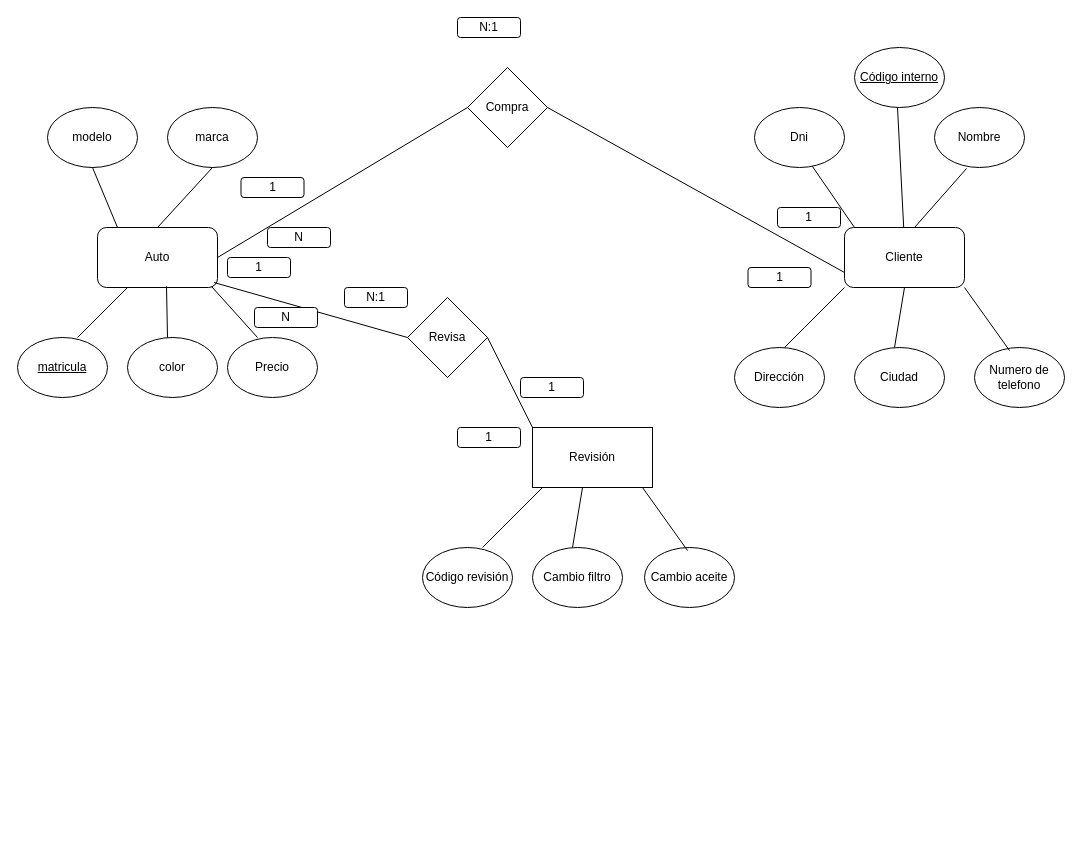
Above: Diagrama sin título.drawio in kevinld93/Diagramas (draw.io), before the change. Source tidied: cells renumbered, new cells numbered last; positions are measured from the earlier drawing's top-left corner, leaving out a move shared by most shapes. Both pictures are drawn from the tidied source at 100%, with x=0, y=0 at pixel (17, 17).
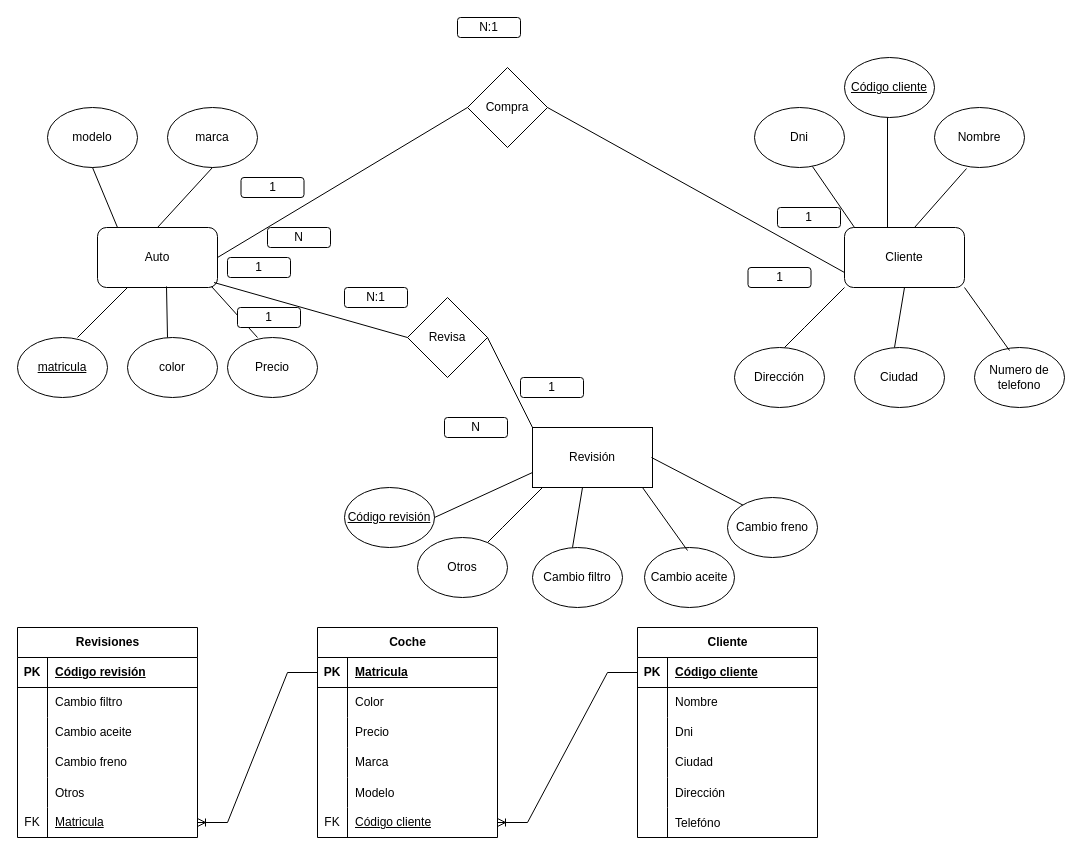
The same diagram, later.

Unchanged cells that the change refers to:
```xml
<mxCell id="24" value="Revisión" style="rounded=0;whiteSpace=wrap;html=1;" parent="1" vertex="1">
  <mxGeometry x="515" y="410" width="120" height="60" as="geometry" />
</mxCell>
```

What changed in the source:
```diff
@@
-    <mxCell id="25" value="Código revisión" style="ellipse;whiteSpace=wrap;html=1;" parent="1" vertex="1">
-      <mxGeometry x="405" y="530" width="90" height="60" as="geometry" />
+    <mxCell id="25" value="&lt;u&gt;Código revisión&lt;/u&gt;" style="ellipse;whiteSpace=wrap;html=1;" parent="1" vertex="1">
+      <mxGeometry x="327" y="470" width="90" height="60" as="geometry" />
     </mxCell>
@@
     <mxCell id="43" value="N" style="rounded=1;whiteSpace=wrap;html=1;" parent="1" vertex="1">
-      <mxGeometry x="237" y="290" width="63" height="20" as="geometry" />
+      <mxGeometry x="427" y="400" width="63" height="20" as="geometry" />
     </mxCell>
     <mxCell id="44" value="1" style="rounded=1;whiteSpace=wrap;html=1;" parent="1" vertex="1">
-      <mxGeometry x="440" y="410" width="63" height="20" as="geometry" />
+      <mxGeometry x="220" y="290" width="63" height="20" as="geometry" />
     </mxCell>
@@
-    <mxCell id="47" value="&lt;u&gt;Código interno&lt;/u&gt;" style="ellipse;whiteSpace=wrap;html=1;" parent="1" vertex="1">
-      <mxGeometry x="837" y="30" width="90" height="60" as="geometry" />
-    </mxCell>
-    <mxCell id="48" style="endArrow=none;html=1;rounded=0;" parent="1" edge="1">
-      <mxGeometry relative="1" as="geometry">
-        <mxPoint x="880" y="90" as="sourcePoint" />
-        <mxPoint x="886.2" y="209.8" as="targetPoint" />
-      </mxGeometry>
-    </mxCell>
+    <mxCell id="49" style="endArrow=none;html=1;rounded=0;" parent="1" edge="1">
+      <mxGeometry relative="1" as="geometry">
+        <mxPoint x="730" y="490" as="sourcePoint" />
+        <mxPoint x="634" y="440" as="targetPoint" />
+      </mxGeometry>
+    </mxCell>
+    <mxCell id="50" value="Cambio freno" style="ellipse;whiteSpace=wrap;html=1;" parent="1" vertex="1">
+      <mxGeometry x="710" y="480" width="90" height="60" as="geometry" />
+    </mxCell>
+    <mxCell id="51" value="Otros" style="ellipse;whiteSpace=wrap;html=1;" parent="1" vertex="1">
+      <mxGeometry x="400" y="520" width="90" height="60" as="geometry" />
+    </mxCell>
+    <mxCell id="52" style="endArrow=none;html=1;rounded=0;entryX=0;entryY=0.75;entryDx=0;entryDy=0;" parent="1" edge="1" target="24">
+      <mxGeometry relative="1" as="geometry">
+        <mxPoint x="417" y="500" as="sourcePoint" />
+      </mxGeometry>
+    </mxCell>
+    <mxCell id="53" value="Revisiones" style="shape=table;startSize=30;childLayout=tableLayout;rowLines=0;fontStyle=1;align=center;html=1;" parent="1" vertex="1">
+      <mxGeometry y="610" width="180" height="210" as="geometry" />
+    </mxCell>
+    <mxCell id="54" style="shape=tableRow;horizontal=0;startSize=0;swimlaneHead=0;swimlaneBody=0;fillColor=none;top=0;left=0;right=0;bottom=1;" parent="53" vertex="1">
+      <mxGeometry y="30" width="180" height="30" as="geometry" />
+    </mxCell>
+    <mxCell id="55" value="PK" style="shape=partialRectangle;fillColor=none;top=0;left=0;bottom=0;right=0;fontStyle=1;overflow=hidden;whiteSpace=wrap;html=1;" parent="54" vertex="1">
+      <mxGeometry width="30" height="30" as="geometry" />
+    </mxCell>
+    <mxCell id="56" value="Código revisión" style="shape=partialRectangle;fillColor=none;top=0;left=0;bottom=0;right=0;align=left;spacingLeft=6;fontStyle=5;overflow=hidden;whiteSpace=wrap;html=1;" parent="54" vertex="1">
+      <mxGeometry x="30" width="150" height="30" as="geometry" />
+    </mxCell>
+    <mxCell id="57" style="shape=tableRow;horizontal=0;startSize=0;swimlaneHead=0;swimlaneBody=0;fillColor=none;top=0;left=0;right=0;bottom=0;" parent="53" vertex="1">
+      <mxGeometry y="60" width="180" height="30" as="geometry" />
+    </mxCell>
+    <mxCell id="58" style="shape=partialRectangle;fillColor=none;top=0;left=0;bottom=0;right=0;overflow=hidden;whiteSpace=wrap;html=1;" parent="57" vertex="1">
+      <mxGeometry width="30" height="30" as="geometry" />
+    </mxCell>
+    <mxCell id="59" value="Cambio filtro" style="shape=partialRectangle;fillColor=none;top=0;left=0;bottom=0;right=0;align=left;spacingLeft=6;overflow=hidden;whiteSpace=wrap;html=1;" parent="57" vertex="1">
+      <mxGeometry x="30" width="150" height="30" as="geometry" />
+    </mxCell>
+    <mxCell id="60" style="shape=tableRow;horizontal=0;startSize=0;swimlaneHead=0;swimlaneBody=0;fillColor=none;top=0;left=0;right=0;bottom=0;" parent="53" vertex="1">
+      <mxGeometry y="90" width="180" height="30" as="geometry" />
+    </mxCell>
+    <mxCell id="61" style="shape=partialRectangle;fillColor=none;top=0;left=0;bottom=0;right=0;overflow=hidden;whiteSpace=wrap;html=1;" parent="60" vertex="1">
+      <mxGeometry width="30" height="30" as="geometry" />
+    </mxCell>
+    <mxCell id="62" value="Cambio aceite" style="shape=partialRectangle;fillColor=none;top=0;left=0;bottom=0;right=0;align=left;spacingLeft=6;overflow=hidden;whiteSpace=wrap;html=1;" parent="60" vertex="1">
+      <mxGeometry x="30" width="150" height="30" as="geometry" />
+    </mxCell>
+    <mxCell id="63" style="shape=tableRow;horizontal=0;startSize=0;swimlaneHead=0;swimlaneBody=0;fillColor=none;top=0;left=0;right=0;bottom=0;" parent="53" vertex="1">
+      <mxGeometry y="120" width="180" height="30" as="geometry" />
+    </mxCell>
+    <mxCell id="64" style="shape=partialRectangle;fillColor=none;top=0;left=0;bottom=0;right=0;overflow=hidden;whiteSpace=wrap;html=1;" parent="63" vertex="1">
+      <mxGeometry width="30" height="30" as="geometry" />
+    </mxCell>
+    <mxCell id="65" value="Cambio freno" style="shape=partialRectangle;fillColor=none;top=0;left=0;bottom=0;right=0;align=left;spacingLeft=6;overflow=hidden;whiteSpace=wrap;html=1;" parent="63" vertex="1">
+      <mxGeometry x="30" width="150" height="30" as="geometry" />
+    </mxCell>
+    <mxCell id="66" style="shape=tableRow;horizontal=0;startSize=0;swimlaneHead=0;swimlaneBody=0;fillColor=none;top=0;left=0;right=0;bottom=0;" parent="53" vertex="1">
+      <mxGeometry y="150" width="180" height="30" as="geometry" />
+    </mxCell>
+    <mxCell id="67" style="shape=partialRectangle;fillColor=none;top=0;left=0;bottom=0;right=0;overflow=hidden;" parent="66" vertex="1">
+      <mxGeometry width="30" height="30" as="geometry" />
+    </mxCell>
+    <mxCell id="68" value="Otros" style="shape=partialRectangle;fillColor=none;top=0;left=0;bottom=0;right=0;align=left;spacingLeft=6;overflow=hidden;" parent="66" vertex="1">
+      <mxGeometry x="30" width="150" height="30" as="geometry" />
+    </mxCell>
+    <mxCell id="69" style="shape=tableRow;horizontal=0;startSize=0;swimlaneHead=0;swimlaneBody=0;fillColor=none;points=[[0,0.5],[1,0.5]];portConstraint=eastwest;top=0;left=0;right=0;bottom=0;" parent="53" vertex="1">
+      <mxGeometry y="180" width="180" height="30" as="geometry" />
+    </mxCell>
+    <mxCell id="70" value="FK" style="shape=partialRectangle;fillColor=none;top=0;left=0;bottom=0;right=0;fontStyle=0;overflow=hidden;whiteSpace=wrap;html=1;" parent="69" vertex="1">
+      <mxGeometry width="30" height="30" as="geometry" />
+    </mxCell>
+    <mxCell id="71" value="&lt;u&gt;Matricula&lt;/u&gt;" style="shape=partialRectangle;fillColor=none;top=0;left=0;bottom=0;right=0;align=left;spacingLeft=6;fontStyle=0;overflow=hidden;whiteSpace=wrap;html=1;" parent="69" vertex="1">
+      <mxGeometry x="30" width="150" height="30" as="geometry" />
+    </mxCell>
+    <mxCell id="72" value="Coche" style="shape=table;startSize=30;childLayout=tableLayout;rowLines=0;fontStyle=1;align=center;html=1;" parent="1" vertex="1">
+      <mxGeometry x="300" y="610" width="180" height="210" as="geometry" />
+    </mxCell>
+    <mxCell id="73" style="shape=tableRow;horizontal=0;startSize=0;swimlaneHead=0;swimlaneBody=0;fillColor=none;points=[[0,0.5],[1,0.5]];portConstraint=eastwest;top=0;left=0;right=0;bottom=1;" parent="72" vertex="1">
+      <mxGeometry y="30" width="180" height="30" as="geometry" />
+    </mxCell>
+    <mxCell id="74" value="PK" style="shape=partialRectangle;fillColor=none;top=0;left=0;bottom=0;right=0;fontStyle=1;overflow=hidden;whiteSpace=wrap;html=1;" parent="73" vertex="1">
+      <mxGeometry width="30" height="30" as="geometry" />
+    </mxCell>
+    <mxCell id="75" value="Matricula" style="shape=partialRectangle;fillColor=none;top=0;left=0;bottom=0;right=0;align=left;spacingLeft=6;fontStyle=5;overflow=hidden;whiteSpace=wrap;html=1;" parent="73" vertex="1">
+      <mxGeometry x="30" width="150" height="30" as="geometry" />
+    </mxCell>
+    <mxCell id="76" style="shape=tableRow;horizontal=0;startSize=0;swimlaneHead=0;swimlaneBody=0;fillColor=none;top=0;left=0;right=0;bottom=0;" parent="72" vertex="1">
+      <mxGeometry y="60" width="180" height="30" as="geometry" />
+    </mxCell>
+    <mxCell id="77" style="shape=partialRectangle;fillColor=none;top=0;left=0;bottom=0;right=0;overflow=hidden;whiteSpace=wrap;html=1;" parent="76" vertex="1">
+      <mxGeometry width="30" height="30" as="geometry" />
+    </mxCell>
+    <mxCell id="78" value="Color" style="shape=partialRectangle;fillColor=none;top=0;left=0;bottom=0;right=0;align=left;spacingLeft=6;overflow=hidden;whiteSpace=wrap;html=1;" parent="76" vertex="1">
+      <mxGeometry x="30" width="150" height="30" as="geometry" />
+    </mxCell>
+    <mxCell id="79" style="shape=tableRow;horizontal=0;startSize=0;swimlaneHead=0;swimlaneBody=0;fillColor=none;top=0;left=0;right=0;bottom=0;" parent="72" vertex="1">
+      <mxGeometry y="90" width="180" height="30" as="geometry" />
+    </mxCell>
+    <mxCell id="80" style="shape=partialRectangle;fillColor=none;top=0;left=0;bottom=0;right=0;overflow=hidden;whiteSpace=wrap;html=1;" parent="79" vertex="1">
+      <mxGeometry width="30" height="30" as="geometry" />
+    </mxCell>
+    <mxCell id="81" value="Precio" style="shape=partialRectangle;fillColor=none;top=0;left=0;bottom=0;right=0;align=left;spacingLeft=6;overflow=hidden;whiteSpace=wrap;html=1;" parent="79" vertex="1">
+      <mxGeometry x="30" width="150" height="30" as="geometry" />
+    </mxCell>
+    <mxCell id="82" style="shape=tableRow;horizontal=0;startSize=0;swimlaneHead=0;swimlaneBody=0;fillColor=none;top=0;left=0;right=0;bottom=0;" parent="72" vertex="1">
+      <mxGeometry y="120" width="180" height="30" as="geometry" />
+    </mxCell>
+    <mxCell id="83" style="shape=partialRectangle;fillColor=none;top=0;left=0;bottom=0;right=0;overflow=hidden;whiteSpace=wrap;html=1;" parent="82" vertex="1">
+      <mxGeometry width="30" height="30" as="geometry" />
+    </mxCell>
+    <mxCell id="84" value="Marca&amp;nbsp;" style="shape=partialRectangle;fillColor=none;top=0;left=0;bottom=0;right=0;align=left;spacingLeft=6;overflow=hidden;whiteSpace=wrap;html=1;" parent="82" vertex="1">
+      <mxGeometry x="30" width="150" height="30" as="geometry" />
+    </mxCell>
+    <mxCell id="85" style="shape=tableRow;horizontal=0;startSize=0;swimlaneHead=0;swimlaneBody=0;fillColor=none;top=0;left=0;right=0;bottom=0;" parent="72" vertex="1">
+      <mxGeometry y="150" width="180" height="30" as="geometry" />
+    </mxCell>
+    <mxCell id="86" style="shape=partialRectangle;fillColor=none;top=0;left=0;bottom=0;right=0;overflow=hidden;" parent="85" vertex="1">
+      <mxGeometry width="30" height="30" as="geometry" />
+    </mxCell>
+    <mxCell id="87" value="Modelo" style="shape=partialRectangle;fillColor=none;top=0;left=0;bottom=0;right=0;align=left;spacingLeft=6;overflow=hidden;" parent="85" vertex="1">
+      <mxGeometry x="30" width="150" height="30" as="geometry" />
+    </mxCell>
+    <mxCell id="88" style="shape=tableRow;horizontal=0;startSize=0;swimlaneHead=0;swimlaneBody=0;fillColor=none;points=[[0,0.5],[1,0.5]];portConstraint=eastwest;top=0;left=0;right=0;bottom=0;" parent="72" vertex="1">
+      <mxGeometry y="180" width="180" height="30" as="geometry" />
+    </mxCell>
+    <mxCell id="89" value="FK" style="shape=partialRectangle;fillColor=none;top=0;left=0;bottom=0;right=0;fontStyle=0;overflow=hidden;whiteSpace=wrap;html=1;" parent="88" vertex="1">
+      <mxGeometry width="30" height="30" as="geometry" />
+    </mxCell>
+    <mxCell id="90" value="&lt;u&gt;Código cliente&lt;/u&gt;" style="shape=partialRectangle;fillColor=none;top=0;left=0;bottom=0;right=0;align=left;spacingLeft=6;fontStyle=0;overflow=hidden;whiteSpace=wrap;html=1;" parent="88" vertex="1">
+      <mxGeometry x="30" width="150" height="30" as="geometry" />
+    </mxCell>
+    <mxCell id="91" value="&lt;u&gt;Código cliente&lt;/u&gt;" style="ellipse;whiteSpace=wrap;html=1;" parent="1" vertex="1">
+      <mxGeometry x="827" y="40" width="90" height="60" as="geometry" />
+    </mxCell>
+    <mxCell id="92" style="endArrow=none;html=1;rounded=0;entryX=0;entryY=0.25;entryDx=0;entryDy=0;" parent="1" edge="1">
+      <mxGeometry relative="1" as="geometry">
+        <mxPoint x="870" y="100" as="sourcePoint" />
+        <mxPoint x="870" y="210" as="targetPoint" />
+      </mxGeometry>
+    </mxCell>
+    <mxCell id="93" value="Cliente" style="shape=table;startSize=30;childLayout=tableLayout;rowLines=0;fontStyle=1;align=center;html=1;" parent="1" vertex="1">
+      <mxGeometry x="620" y="610" width="180" height="210" as="geometry" />
+    </mxCell>
+    <mxCell id="94" style="shape=tableRow;horizontal=0;startSize=0;swimlaneHead=0;swimlaneBody=0;fillColor=none;points=[[0,0.5],[1,0.5]];portConstraint=eastwest;top=0;left=0;right=0;bottom=1;" parent="93" vertex="1">
+      <mxGeometry y="30" width="180" height="30" as="geometry" />
+    </mxCell>
+    <mxCell id="95" value="PK" style="shape=partialRectangle;fillColor=none;top=0;left=0;bottom=0;right=0;fontStyle=1;overflow=hidden;whiteSpace=wrap;html=1;" parent="94" vertex="1">
+      <mxGeometry width="30" height="30" as="geometry" />
+    </mxCell>
+    <mxCell id="96" value="Código cliente" style="shape=partialRectangle;fillColor=none;top=0;left=0;bottom=0;right=0;align=left;spacingLeft=6;fontStyle=5;overflow=hidden;whiteSpace=wrap;html=1;" parent="94" vertex="1">
+      <mxGeometry x="30" width="150" height="30" as="geometry" />
+    </mxCell>
+    <mxCell id="97" style="shape=tableRow;horizontal=0;startSize=0;swimlaneHead=0;swimlaneBody=0;fillColor=none;top=0;left=0;right=0;bottom=0;" parent="93" vertex="1">
+      <mxGeometry y="60" width="180" height="30" as="geometry" />
+    </mxCell>
+    <mxCell id="98" style="shape=partialRectangle;fillColor=none;top=0;left=0;bottom=0;right=0;overflow=hidden;whiteSpace=wrap;html=1;" parent="97" vertex="1">
+      <mxGeometry width="30" height="30" as="geometry" />
+    </mxCell>
+    <mxCell id="99" value="Nombre" style="shape=partialRectangle;fillColor=none;top=0;left=0;bottom=0;right=0;align=left;spacingLeft=6;overflow=hidden;whiteSpace=wrap;html=1;" parent="97" vertex="1">
+      <mxGeometry x="30" width="150" height="30" as="geometry" />
+    </mxCell>
+    <mxCell id="100" style="shape=tableRow;horizontal=0;startSize=0;swimlaneHead=0;swimlaneBody=0;fillColor=none;top=0;left=0;right=0;bottom=0;" parent="93" vertex="1">
+      <mxGeometry y="90" width="180" height="30" as="geometry" />
+    </mxCell>
+    <mxCell id="101" style="shape=partialRectangle;fillColor=none;top=0;left=0;bottom=0;right=0;overflow=hidden;whiteSpace=wrap;html=1;" parent="100" vertex="1">
+      <mxGeometry width="30" height="30" as="geometry" />
+    </mxCell>
+    <mxCell id="102" value="Dni" style="shape=partialRectangle;fillColor=none;top=0;left=0;bottom=0;right=0;align=left;spacingLeft=6;overflow=hidden;whiteSpace=wrap;html=1;" parent="100" vertex="1">
+      <mxGeometry x="30" width="150" height="30" as="geometry" />
+    </mxCell>
+    <mxCell id="103" style="shape=tableRow;horizontal=0;startSize=0;swimlaneHead=0;swimlaneBody=0;fillColor=none;top=0;left=0;right=0;bottom=0;" parent="93" vertex="1">
+      <mxGeometry y="120" width="180" height="30" as="geometry" />
+    </mxCell>
+    <mxCell id="104" style="shape=partialRectangle;fillColor=none;top=0;left=0;bottom=0;right=0;overflow=hidden;whiteSpace=wrap;html=1;" parent="103" vertex="1">
+      <mxGeometry width="30" height="30" as="geometry" />
+    </mxCell>
+    <mxCell id="105" value="Ciudad" style="shape=partialRectangle;fillColor=none;top=0;left=0;bottom=0;right=0;align=left;spacingLeft=6;overflow=hidden;whiteSpace=wrap;html=1;" parent="103" vertex="1">
+      <mxGeometry x="30" width="150" height="30" as="geometry" />
+    </mxCell>
+    <mxCell id="106" style="shape=tableRow;horizontal=0;startSize=0;swimlaneHead=0;swimlaneBody=0;fillColor=none;top=0;left=0;right=0;bottom=0;" parent="93" vertex="1">
+      <mxGeometry y="150" width="180" height="30" as="geometry" />
+    </mxCell>
+    <mxCell id="107" style="shape=partialRectangle;fillColor=none;top=0;left=0;bottom=0;right=0;overflow=hidden;" parent="106" vertex="1">
+      <mxGeometry width="30" height="30" as="geometry" />
+    </mxCell>
+    <mxCell id="108" value="Dirección" style="shape=partialRectangle;fillColor=none;top=0;left=0;bottom=0;right=0;align=left;spacingLeft=6;overflow=hidden;" parent="106" vertex="1">
+      <mxGeometry x="30" width="150" height="30" as="geometry" />
+    </mxCell>
+    <mxCell id="109" style="shape=tableRow;horizontal=0;startSize=0;swimlaneHead=0;swimlaneBody=0;fillColor=none;top=0;left=0;right=0;bottom=0;" parent="93" vertex="1">
+      <mxGeometry y="180" width="180" height="30" as="geometry" />
+    </mxCell>
+    <mxCell id="110" style="shape=partialRectangle;fillColor=none;top=0;left=0;bottom=0;right=0;overflow=hidden;" parent="109" vertex="1">
+      <mxGeometry width="30" height="30" as="geometry" />
+    </mxCell>
+    <mxCell id="111" value="Telefóno" style="shape=partialRectangle;fillColor=none;top=0;left=0;bottom=0;right=0;align=left;spacingLeft=6;overflow=hidden;" parent="109" vertex="1">
+      <mxGeometry x="30" width="150" height="30" as="geometry" />
+    </mxCell>
+    <mxCell id="112" style="edgeStyle=entityRelationEdgeStyle;fontSize=12;html=1;endArrow=ERoneToMany;rounded=0;entryX=1;entryY=0.5;entryDx=0;entryDy=0;" parent="1" edge="1" source="73" target="69">
+      <mxGeometry relative="1" as="geometry" />
+    </mxCell>
+    <mxCell id="113" style="edgeStyle=entityRelationEdgeStyle;fontSize=12;html=1;endArrow=ERoneToMany;rounded=0;entryX=1;entryY=0.5;entryDx=0;entryDy=0;exitX=0;exitY=0.5;exitDx=0;exitDy=0;" parent="1" edge="1" source="94" target="88">
+      <mxGeometry relative="1" as="geometry" />
+    </mxCell>
```
